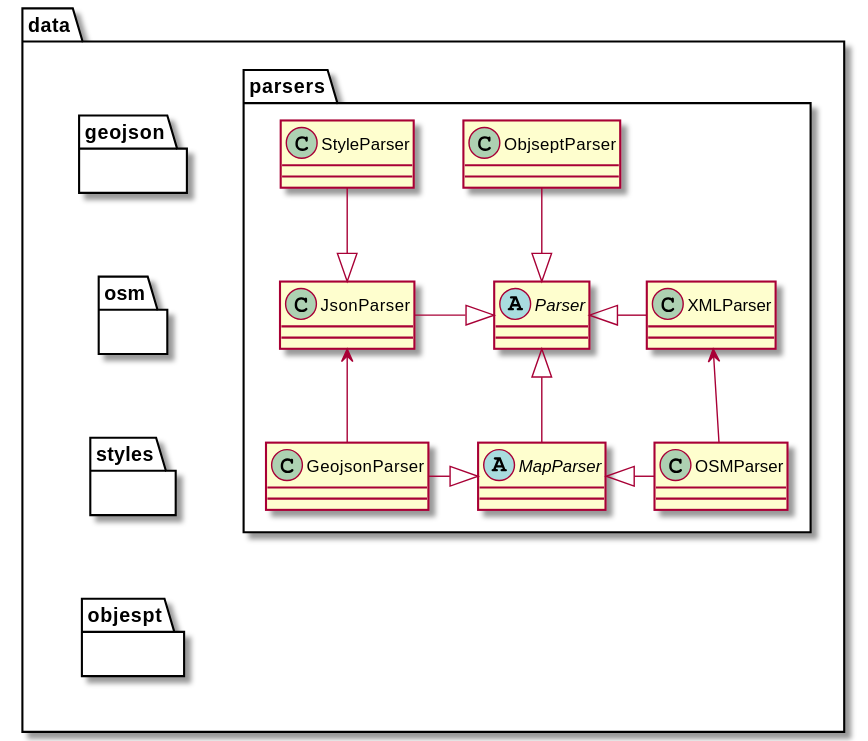
The PlantUML diagram doc/slideshow/medias/uml/data.svg in photonsquid/7map, before a commit. The source it was exported from:
```plantuml
@startuml data
package data{
    package "parsers" {
        abstract Parser

        class JsonParser
        class XMLParser
        abstract MapParser
        class "StyleParser"
        class "OSMParser"
        class "GeojsonParser"
        class "ObjseptParser"

        JsonParser -right-|>Parser
        XMLParser -left-|>Parser
        MapParser -up-|>Parser
        OSMParser -left-|>MapParser
        GeojsonParser -right-|>MapParser
        OSMParser -up->XMLParser
        GeojsonParser -up->JsonParser
        StyleParser -down-|>JsonParser
        ObjseptParser -down-|>Parser
    }
    together {
        package "objespt" as strucObjsept {}
        package "geojson" as strucGeojson {}
        package "osm" as strucOSM {}
        package "styles" as strucStyle {}
    }

    strucGeojson <-[hidden]- strucOSM
    strucOSM <-[hidden]- strucStyle
    strucStyle <-[hidden]- strucObjsept

}





@enduml
```
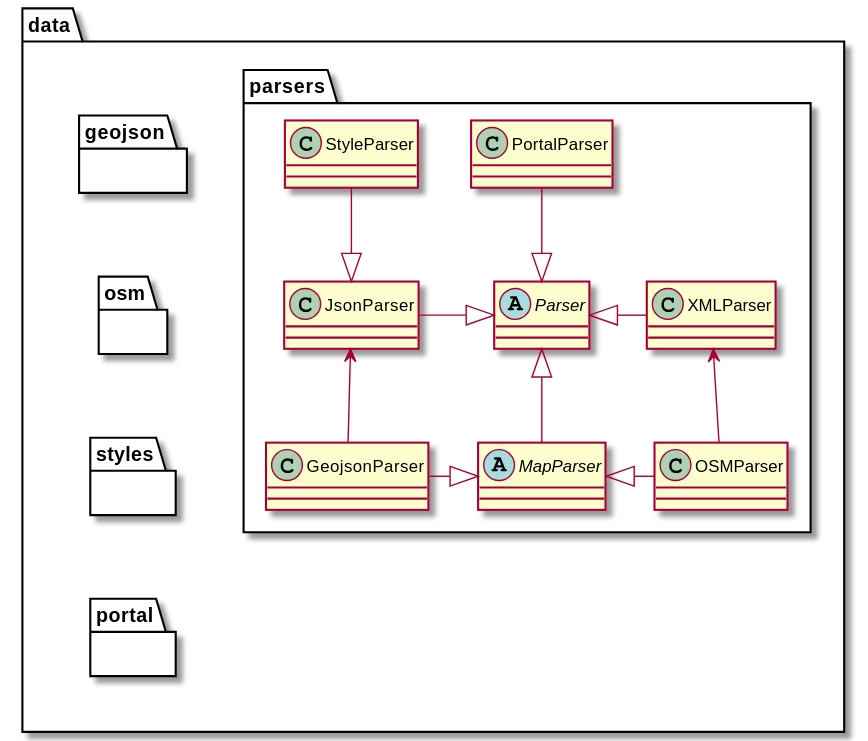
The same file after the commit.

Diff of the diagram source:
```diff
@@ -9,7 +9,7 @@
         class "StyleParser"
         class "OSMParser"
         class "GeojsonParser"
-        class "ObjseptParser"
+        class "PortalParser"
 
         JsonParser -right-|>Parser
         XMLParser -left-|>Parser
@@ -19,10 +19,10 @@
         OSMParser -up->XMLParser
         GeojsonParser -up->JsonParser
         StyleParser -down-|>JsonParser
-        ObjseptParser -down-|>Parser
+        PortalParser -down-|>Parser
     }
     together {
-        package "objespt" as strucObjsept {}
+        package "portal" as strucObjsept {}
         package "geojson" as strucGeojson {}
         package "osm" as strucOSM {}
         package "styles" as strucStyle {}
```
